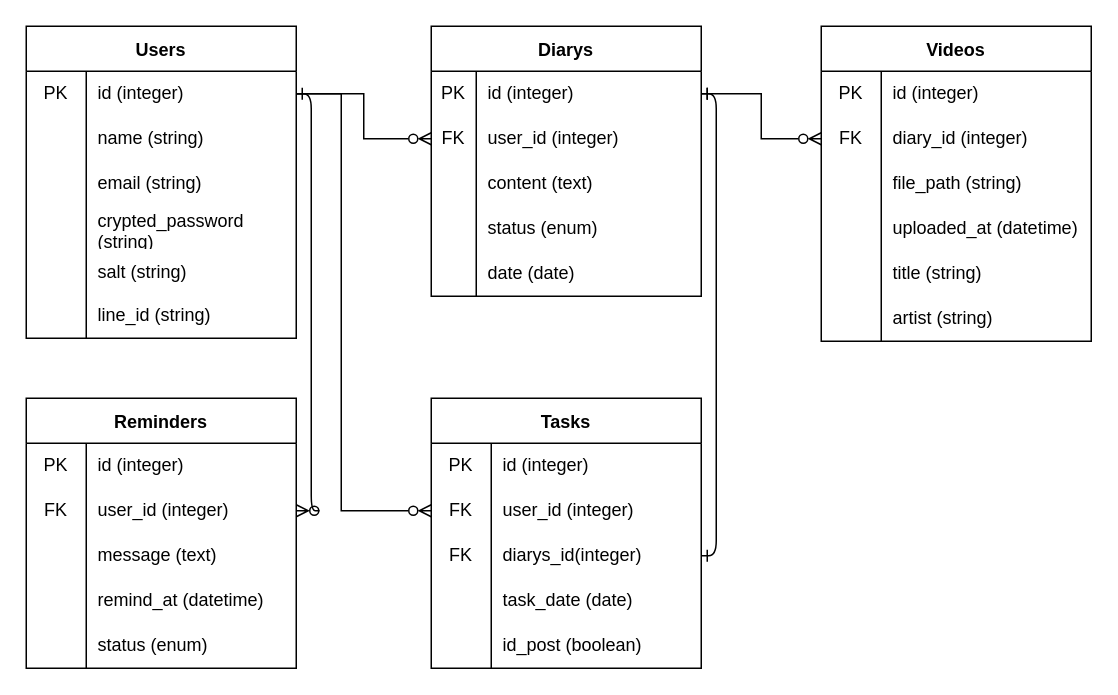
Before: er.drawio in ShimazakiHiromu/development, a draw.io diagram. Source tidied: cells renumbered, new cells numbered last; positions are measured from the earlier drawing's top-left corner, leaving out a move shared by most shapes. Both pictures are drawn from the tidied source at 150%, with x=0, y=0 at pixel (26, 26).
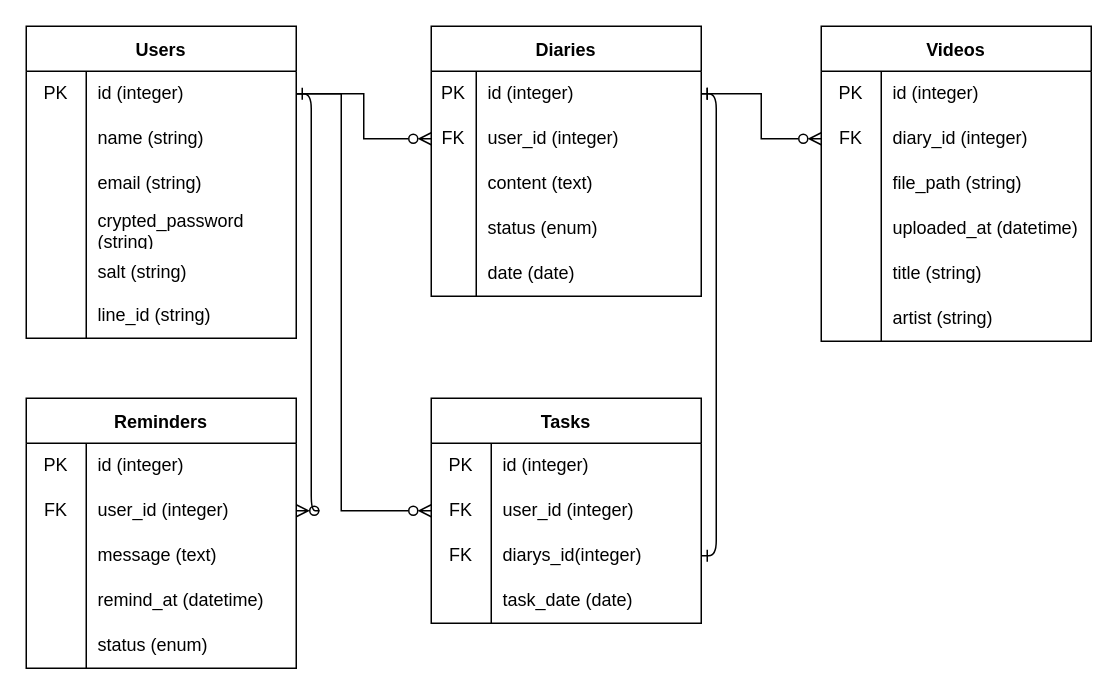
Above is the later version.

Commit message (it also covers changes not shown here):
修正いたしました

What changed in the source:
```diff
@@
-    <mxCell id="21" value="Diarys" style="shape=table;startSize=30;childLayout=tableLayout;rowLines=0;fontStyle=1;" parent="1" vertex="1">
+    <mxCell id="21" value="Diaries" style="shape=table;startSize=30;childLayout=tableLayout;rowLines=0;fontStyle=1;" parent="1" vertex="1">
       <mxGeometry x="270" width="180" height="180" as="geometry" />
     </mxCell>
@@
     <mxCell id="76" value="Tasks" style="shape=table;startSize=30;childLayout=tableLayout;rowLines=0;fontStyle=1;" parent="1" vertex="1">
-      <mxGeometry x="270" y="248" width="180" height="180" as="geometry" />
+      <mxGeometry x="270" y="248" width="180" height="150" as="geometry" />
     </mxCell>
@@
-    <mxCell id="89" style="shape=tableRow;horizontal=0;startSize=0;swimlaneHead=0;swimlaneBody=0;top=0;left=0;bottom=0;right=0;fillColor=none;" parent="76" vertex="1">
-      <mxGeometry y="150" width="180" height="30" as="geometry" />
-    </mxCell>
-    <mxCell id="90" style="shape=partialRectangle;html=1;whiteSpace=wrap;fillColor=none;top=0;left=0;bottom=0;right=0;overflow=hidden;" parent="89" vertex="1">
-      <mxGeometry width="40" height="30" as="geometry" />
-    </mxCell>
-    <mxCell id="91" value="id_post (boolean)" style="shape=partialRectangle;html=1;whiteSpace=wrap;fillColor=none;top=0;left=0;bottom=0;right=0;align=left;spacingLeft=6;overflow=hidden;" parent="89" vertex="1">
-      <mxGeometry x="40" width="140" height="30" as="geometry" />
-    </mxCell>
```
